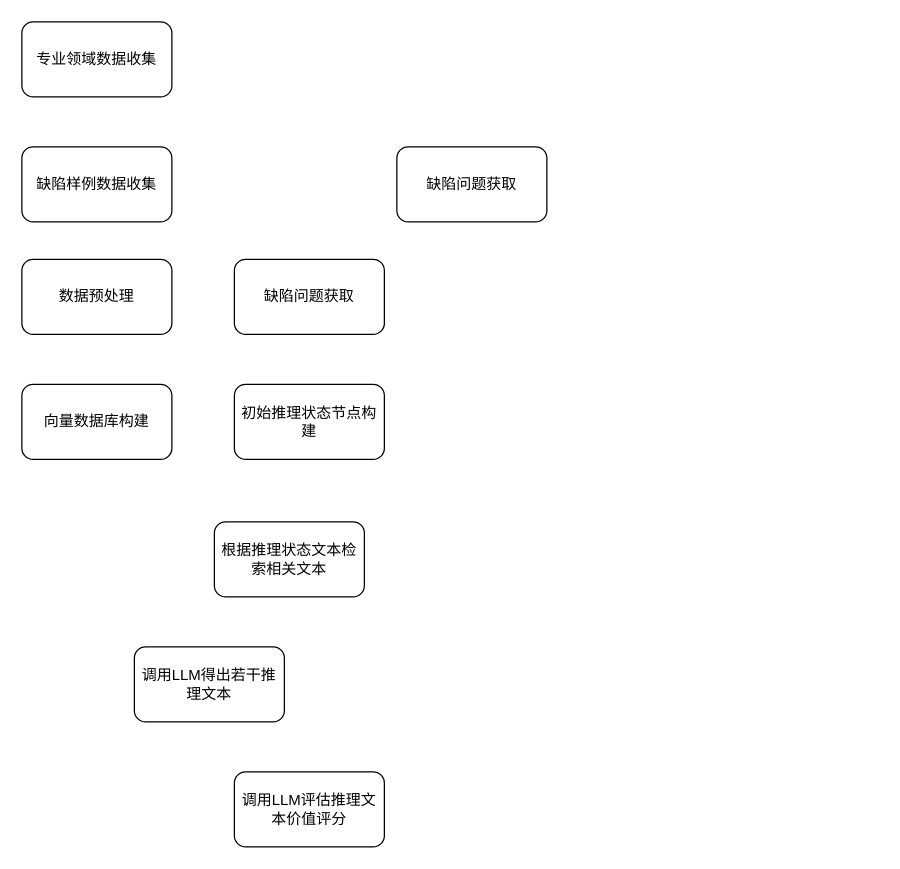
Earlier version of the draw.io diagram page "专利方法图" (5 of 5) of 航电专利1.drawio (fydgmy/jubilant-potato). Source tidied: cells renumbered, new cells numbered last; positions are measured from the earlier drawing's top-left corner, leaving out a move shared by most shapes. Both pictures are drawn from the tidied source at 125%, with x=0, y=0 at pixel (21, 21).
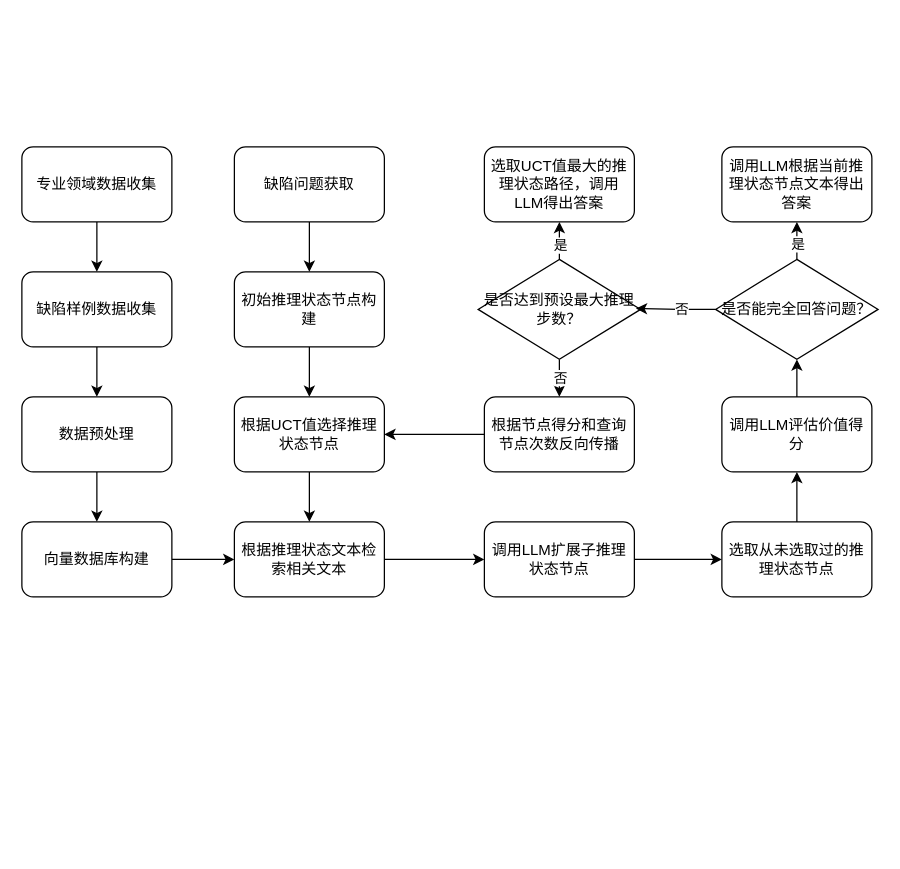
After the change.

What changed in the source:
```diff
@@
+    <mxCell id="12" style="edgeStyle=orthogonalEdgeStyle;rounded=0;jettySize=auto;html=1;entryX=0.5;entryY=0;entryDx=0;entryDy=0;" parent="1" edge="1" source="2" target="3">
+      <mxGeometry relative="1" as="geometry" />
+    </mxCell>
     <mxCell id="2" value="专业领域数据收集" style="rounded=1;whiteSpace=wrap;html=1;" parent="1" vertex="1">
-      <mxGeometry width="120" height="60" as="geometry" />
+      <mxGeometry y="100" width="120" height="60" as="geometry" />
     </mxCell>
+    <mxCell id="13" style="edgeStyle=orthogonalEdgeStyle;rounded=0;jettySize=auto;html=1;entryX=0.5;entryY=0;entryDx=0;entryDy=0;" parent="1" edge="1" source="3" target="4">
+      <mxGeometry relative="1" as="geometry" />
+    </mxCell>
     <mxCell id="3" value="缺陷样例数据收集" style="rounded=1;whiteSpace=wrap;html=1;" parent="1" vertex="1">
-      <mxGeometry y="100" width="120" height="60" as="geometry" />
+      <mxGeometry y="200" width="120" height="60" as="geometry" />
     </mxCell>
+    <mxCell id="14" style="edgeStyle=orthogonalEdgeStyle;rounded=0;jettySize=auto;html=1;" parent="1" edge="1" source="4" target="5">
+      <mxGeometry relative="1" as="geometry" />
+    </mxCell>
     <mxCell id="4" value="数据预处理" style="rounded=1;whiteSpace=wrap;html=1;" parent="1" vertex="1">
-      <mxGeometry y="190" width="120" height="60" as="geometry" />
+      <mxGeometry y="300" width="120" height="60" as="geometry" />
     </mxCell>
+    <mxCell id="15" style="edgeStyle=orthogonalEdgeStyle;rounded=0;jettySize=auto;html=1;entryX=0;entryY=0.5;entryDx=0;entryDy=0;" parent="1" edge="1" source="5" target="8">
+      <mxGeometry relative="1" as="geometry">
+        <Array as="points">
+          <mxPoint x="60" y="430" />
+        </Array>
+      </mxGeometry>
+    </mxCell>
     <mxCell id="5" value="向量数据库构建" style="rounded=1;whiteSpace=wrap;html=1;" parent="1" vertex="1">
-      <mxGeometry y="290" width="120" height="60" as="geometry" />
+      <mxGeometry y="400" width="120" height="60" as="geometry" />
     </mxCell>
+    <mxCell id="16" style="edgeStyle=orthogonalEdgeStyle;rounded=0;jettySize=auto;html=1;" parent="1" edge="1" source="6" target="11">
+      <mxGeometry relative="1" as="geometry" />
+    </mxCell>
     <mxCell id="6" value="缺陷问题获取" style="rounded=1;whiteSpace=wrap;html=1;" parent="1" vertex="1">
-      <mxGeometry x="170" y="190" width="120" height="60" as="geometry" />
+      <mxGeometry x="170" y="100" width="120" height="60" as="geometry" />
     </mxCell>
-    <mxCell id="7" value="缺陷问题获取" style="rounded=1;whiteSpace=wrap;html=1;" parent="1" vertex="1">
-      <mxGeometry x="300" y="100" width="120" height="60" as="geometry" />
-    </mxCell>
+    <mxCell id="17" style="edgeStyle=orthogonalEdgeStyle;rounded=0;jettySize=auto;html=1;entryX=0;entryY=0.5;entryDx=0;entryDy=0;" parent="1" edge="1" source="8" target="23">
+      <mxGeometry relative="1" as="geometry" />
+    </mxCell>
     <mxCell id="8" value="根据推理状态文本检索相关文本" style="rounded=1;whiteSpace=wrap;html=1;" parent="1" vertex="1">
-      <mxGeometry x="154" y="400" width="120" height="60" as="geometry" />
+      <mxGeometry x="170" y="400" width="120" height="60" as="geometry" />
     </mxCell>
-    <mxCell id="9" value="调用LLM得出若干推理文本" style="rounded=1;whiteSpace=wrap;html=1;" parent="1" vertex="1">
-      <mxGeometry x="90" y="500" width="120" height="60" as="geometry" />
-    </mxCell>
+    <mxCell id="18" style="edgeStyle=orthogonalEdgeStyle;rounded=0;jettySize=auto;html=1;entryX=0.5;entryY=1;entryDx=0;entryDy=0;" parent="1" edge="1" source="10" target="25">
+      <mxGeometry relative="1" as="geometry" />
+    </mxCell>
-    <mxCell id="10" value="调用LLM评估推理文本价值评分" style="rounded=1;whiteSpace=wrap;html=1;" parent="1" vertex="1">
-      <mxGeometry x="170" y="600" width="120" height="60" as="geometry" />
+    <mxCell id="10" value="选取从未选取过的推理状态节点" style="rounded=1;whiteSpace=wrap;html=1;" parent="1" vertex="1">
+      <mxGeometry x="560" y="400" width="120" height="60" as="geometry" />
     </mxCell>
+    <mxCell id="19" style="edgeStyle=orthogonalEdgeStyle;rounded=0;jettySize=auto;html=1;" parent="1" edge="1" source="11" target="21">
+      <mxGeometry relative="1" as="geometry" />
+    </mxCell>
     <mxCell id="11" value="初始推理状态节点构建" style="rounded=1;whiteSpace=wrap;html=1;" parent="1" vertex="1">
-      <mxGeometry x="170" y="290" width="120" height="60" as="geometry" />
+      <mxGeometry x="170" y="200" width="120" height="60" as="geometry" />
     </mxCell>
+    <mxCell id="20" style="edgeStyle=orthogonalEdgeStyle;rounded=0;jettySize=auto;html=1;" parent="1" edge="1" source="21" target="8">
+      <mxGeometry relative="1" as="geometry" />
+    </mxCell>
+    <mxCell id="21" value="根据UCT值选择推理状态节点" style="rounded=1;whiteSpace=wrap;html=1;" parent="1" vertex="1">
+      <mxGeometry x="170" y="300" width="120" height="60" as="geometry" />
+    </mxCell>
+    <mxCell id="22" style="edgeStyle=orthogonalEdgeStyle;rounded=0;jettySize=auto;html=1;" parent="1" edge="1" source="23" target="10">
+      <mxGeometry relative="1" as="geometry" />
+    </mxCell>
+    <mxCell id="23" value="调用LLM扩展子推理状态节点" style="rounded=1;whiteSpace=wrap;html=1;" parent="1" vertex="1">
+      <mxGeometry x="370" y="400" width="120" height="60" as="geometry" />
+    </mxCell>
+    <mxCell id="24" style="edgeStyle=orthogonalEdgeStyle;rounded=0;jettySize=auto;html=1;entryX=0.5;entryY=1;entryDx=0;entryDy=0;" parent="1" edge="1" source="25" target="30">
+      <mxGeometry relative="1" as="geometry" />
+    </mxCell>
+    <mxCell id="25" value="调用LLM评估价值得分" style="rounded=1;whiteSpace=wrap;html=1;" parent="1" vertex="1">
+      <mxGeometry x="560" y="300" width="120" height="60" as="geometry" />
+    </mxCell>
+    <mxCell id="26" style="edgeStyle=orthogonalEdgeStyle;rounded=0;jettySize=auto;html=1;entryX=1;entryY=0.5;entryDx=0;entryDy=0;" parent="1" edge="1" source="27" target="21">
+      <mxGeometry relative="1" as="geometry" />
+    </mxCell>
+    <mxCell id="27" value="根据节点得分和查询节点次数反向传播" style="rounded=1;whiteSpace=wrap;html=1;" parent="1" vertex="1">
+      <mxGeometry x="370" y="300" width="120" height="60" as="geometry" />
+    </mxCell>
+    <mxCell id="28" style="edgeStyle=orthogonalEdgeStyle;rounded=0;jettySize=auto;html=1;" parent="1" edge="1" source="30" target="31">
+      <mxGeometry relative="1" as="geometry" />
+    </mxCell>
+    <mxCell id="29" value="是" style="edgeLabel;html=1;align=center;verticalAlign=middle;" parent="28" vertex="1">
+      <mxGeometry x="0.06" relative="1" as="geometry" />
+    </mxCell>
+    <mxCell id="30" value="是否能完全回答问题？" style="rhombus;whiteSpace=wrap;html=1;" parent="1" vertex="1">
+      <mxGeometry x="555" y="190" width="130" height="80" as="geometry" />
+    </mxCell>
+    <mxCell id="31" value="调用LLM根据当前推理状态节点文本得出答案" style="rounded=1;whiteSpace=wrap;html=1;" parent="1" vertex="1">
+      <mxGeometry x="560" y="100" width="120" height="60" as="geometry" />
+    </mxCell>
+    <mxCell id="32" style="edgeStyle=orthogonalEdgeStyle;rounded=0;jettySize=auto;html=1;entryX=0.5;entryY=1;entryDx=0;entryDy=0;" parent="1" edge="1" source="36" target="39">
+      <mxGeometry relative="1" as="geometry" />
+    </mxCell>
+    <mxCell id="33" value="是" style="edgeLabel;html=1;align=center;verticalAlign=middle;" parent="32" vertex="1">
+      <mxGeometry x="0.26" relative="1" as="geometry" />
+    </mxCell>
+    <mxCell id="34" style="edgeStyle=orthogonalEdgeStyle;rounded=0;jettySize=auto;html=1;entryX=0.5;entryY=0;entryDx=0;entryDy=0;" parent="1" edge="1" source="36" target="27">
+      <mxGeometry relative="1" as="geometry" />
+    </mxCell>
+    <mxCell id="35" value="否" style="edgeLabel;html=1;align=center;verticalAlign=middle;" parent="34" vertex="1">
+      <mxGeometry x="0.03" relative="1" as="geometry" />
+    </mxCell>
+    <mxCell id="36" value="是否达到预设最大推理步数？" style="rhombus;whiteSpace=wrap;html=1;" parent="1" vertex="1">
+      <mxGeometry x="365" y="190" width="130" height="80" as="geometry" />
+    </mxCell>
+    <mxCell id="37" style="edgeStyle=orthogonalEdgeStyle;rounded=0;jettySize=auto;html=1;entryX=0.971;entryY=0.491;entryDx=0;entryDy=0;entryPerimeter=0;" parent="1" edge="1" source="30" target="36">
+      <mxGeometry relative="1" as="geometry" />
+    </mxCell>
+    <mxCell id="38" value="否" style="edgeLabel;html=1;align=center;verticalAlign=middle;" parent="37" vertex="1">
+      <mxGeometry x="-0.14" y="-1" relative="1" as="geometry" />
+    </mxCell>
+    <mxCell id="39" value="选取UCT值最大的推理状态路径，调用LLM得出答案" style="rounded=1;whiteSpace=wrap;html=1;" parent="1" vertex="1">
+      <mxGeometry x="370" y="100" width="120" height="60" as="geometry" />
+    </mxCell>
```
